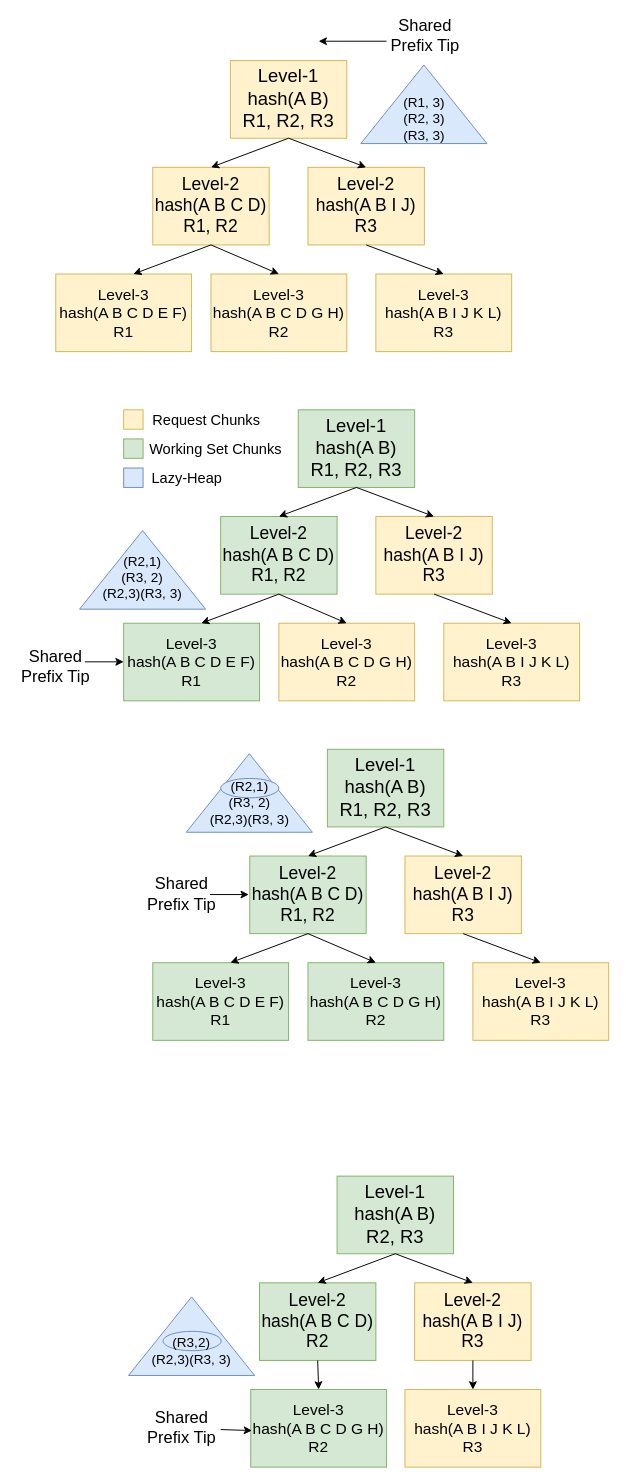
sakshamrathi21/Structured_LLM_Optimization keeps this draw.io diagram as documentation/illustrations/chunked_hash_tree.drawio. Above is the earlier version. Source tidied: cells renumbered, new cells numbered last; positions are measured from the earlier drawing's top-left corner, leaving out a move shared by most shapes. Both pictures are drawn from the tidied source at 97%, with x=0, y=0 at pixel (16, 21).
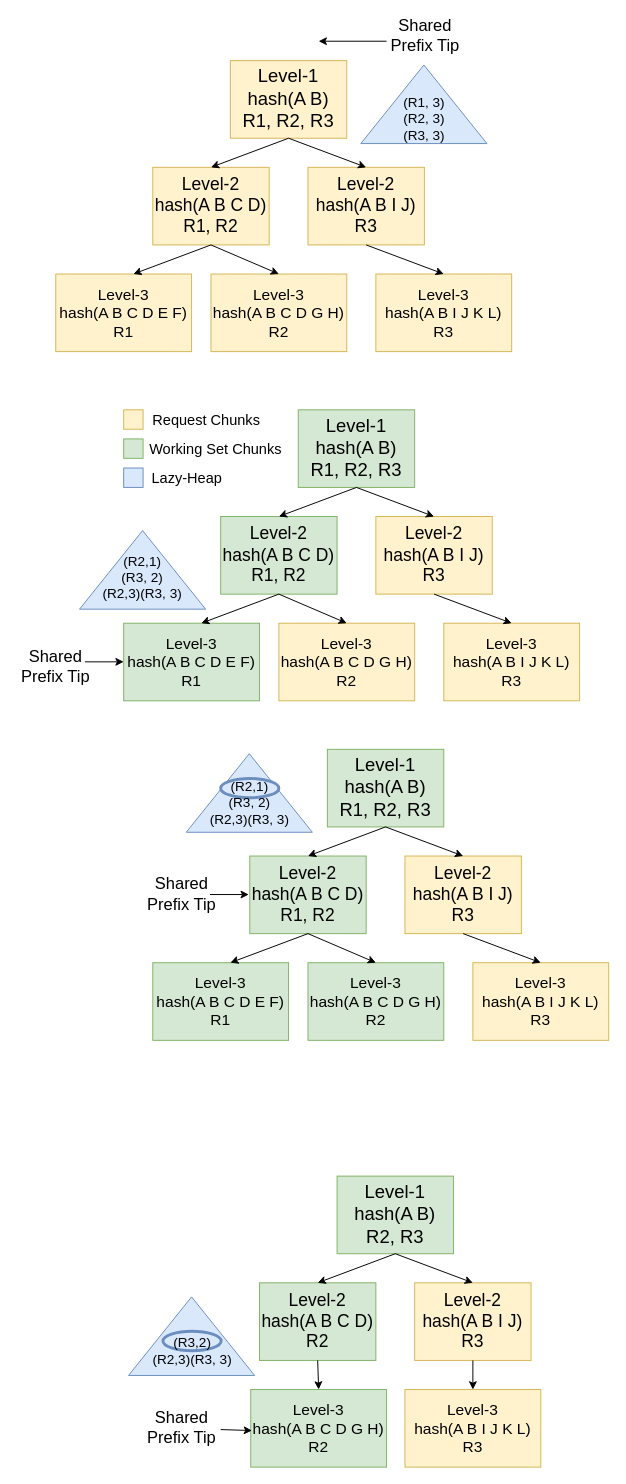
The same page after the edit.

What changed in the source:
```diff
@@
-    <mxCell id="46" style="ellipse;whiteSpace=wrap;html=1;fillColor=#dae8fc;strokeColor=#6c8ebf;" parent="1" vertex="1">
+    <mxCell id="46" style="ellipse;whiteSpace=wrap;html=1;fillColor=#dae8fc;strokeColor=#6c8ebf;strokeWidth=3;" parent="1" vertex="1">
       <mxGeometry x="210" y="780" width="60" height="20" as="geometry" />
     </mxCell>
@@
-    <mxCell id="60" style="ellipse;whiteSpace=wrap;html=1;fillColor=#dae8fc;strokeColor=#6c8ebf;" parent="1" vertex="1">
+    <mxCell id="60" style="ellipse;whiteSpace=wrap;html=1;fillColor=#dae8fc;strokeColor=#6c8ebf;strokeWidth=3;" parent="1" vertex="1">
       <mxGeometry x="150.5" y="1350" width="60" height="20" as="geometry" />
     </mxCell>
     <mxCell id="61" value="&lt;font style=&quot;font-size: 14px;&quot;&gt;(R3,2)&lt;br&gt;(R2,3)(R3, 3)&lt;/font&gt;" style="text;html=1;whiteSpace=wrap;strokeColor=none;fillColor=none;align=center;verticalAlign=middle;rounded=0;" parent="1" vertex="1">
-      <mxGeometry x="135" y="1350" width="90" height="40" as="geometry" />
+      <mxGeometry x="135.5" y="1350" width="90" height="40" as="geometry" />
     </mxCell>
```
